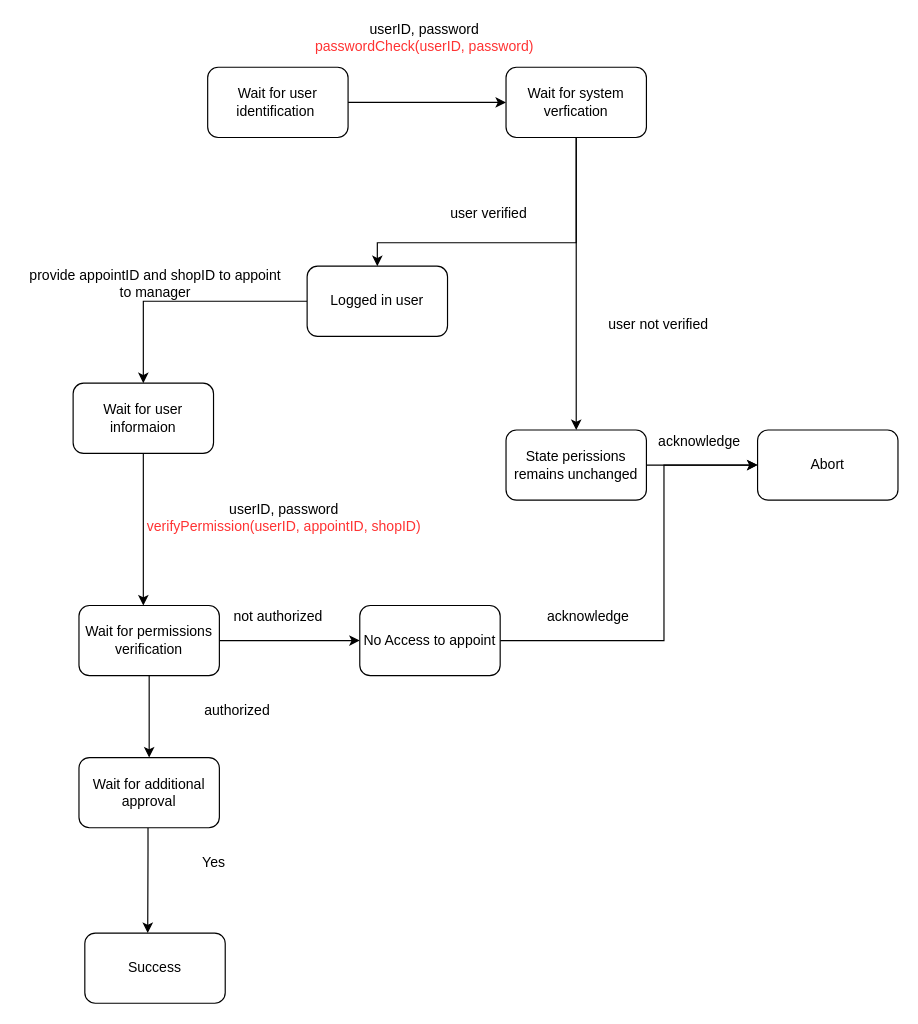
Earlier version of the draw.io diagram page "State-Chart: Appoint Shop Manager" (5 of 5) of docs/workshop.drawio (ShayHav/Workshop). Source tidied: cells renumbered, new cells numbered last; positions are measured from the earlier drawing's top-left corner, leaving out a move shared by most shapes. Both pictures are drawn from the tidied source at 117%, with x=0, y=0 at pixel (20, 20).
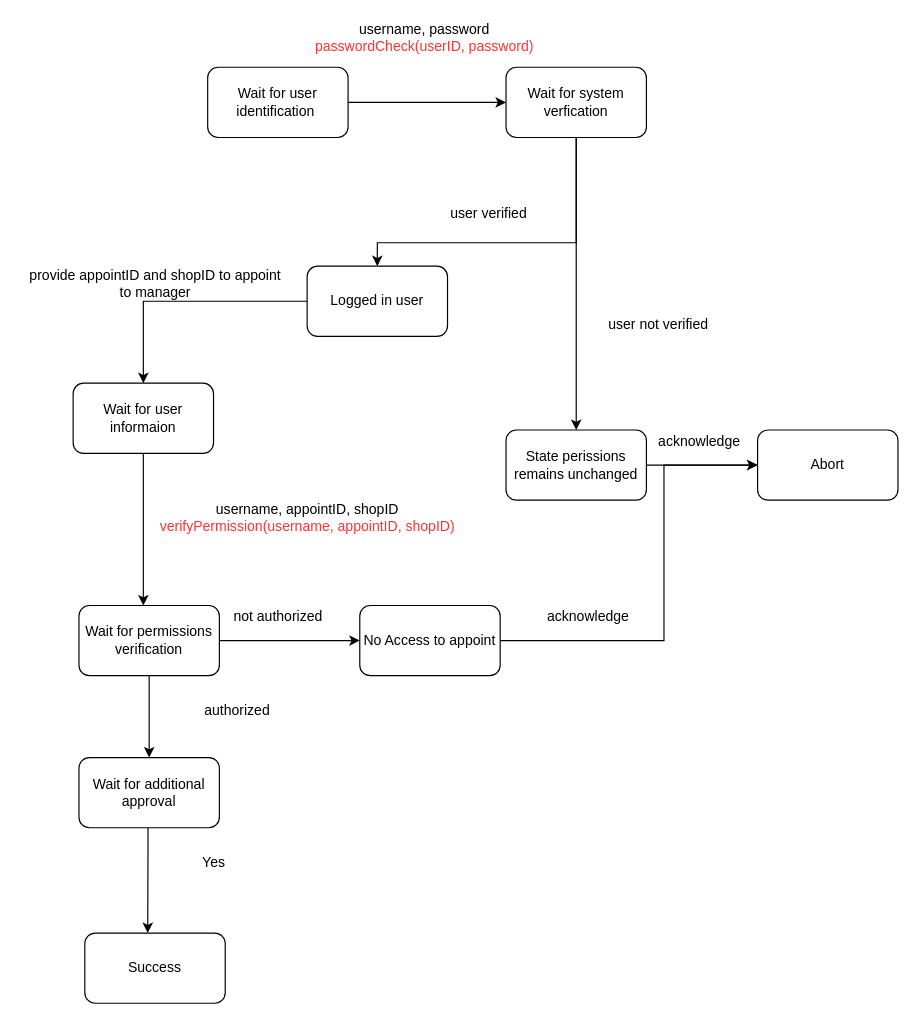
The same diagram, later.

The edit, as a diff of the source:
```diff
@@
-    <mxCell id="20" value="userID, password&lt;br&gt;&lt;font color=&quot;#ff3333&quot;&gt;verifyPermission(userID, appointID, shopID)&lt;/font&gt;" style="text;html=1;align=center;verticalAlign=middle;strokeColor=none;fillColor=none;" parent="1" vertex="1">
-      <mxGeometry x="100" y="410" width="250" height="30" as="geometry" />
+    <mxCell id="20" value="username, appointID, shopID&lt;br&gt;&lt;font color=&quot;#ff3333&quot;&gt;verifyPermission(username, appointID, shopID)&lt;/font&gt;" style="text;html=1;align=center;verticalAlign=middle;strokeColor=none;fillColor=none;" parent="1" vertex="1">
+      <mxGeometry x="110" y="410" width="270" height="30" as="geometry" />
     </mxCell>
-    <mxCell id="21" value="userID, password&lt;br&gt;&lt;font color=&quot;#ff3333&quot;&gt;passwordCheck(userID, password)&lt;/font&gt;" style="text;html=1;align=center;verticalAlign=middle;strokeColor=none;fillColor=none;" parent="1" vertex="1">
+    <mxCell id="21" value="username, password&lt;br&gt;&lt;font color=&quot;#ff3333&quot;&gt;passwordCheck(userID, password)&lt;/font&gt;" style="text;html=1;align=center;verticalAlign=middle;strokeColor=none;fillColor=none;" parent="1" vertex="1">
       <mxGeometry x="245" width="200" height="30" as="geometry" />
     </mxCell>
```
